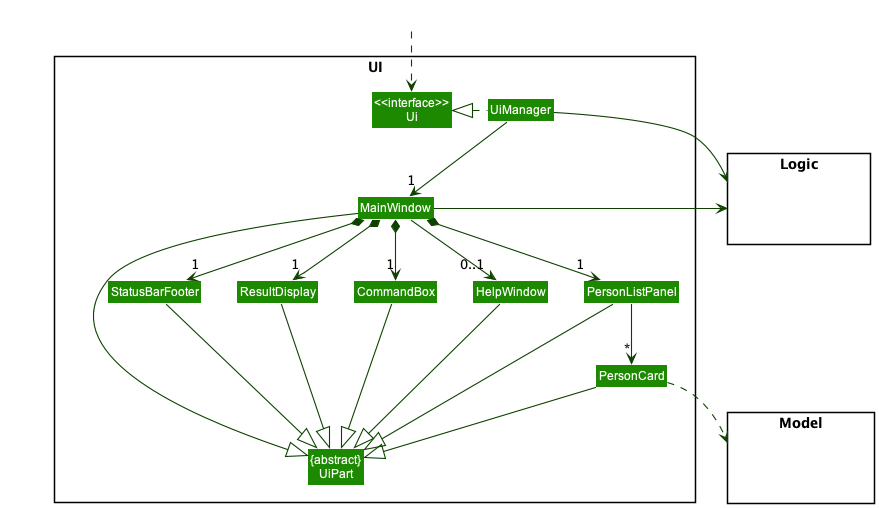
Earlier version of the PlantUML export docs/images/UiClassDiagram.png (nus-cs2103-AY2223S1/tp).
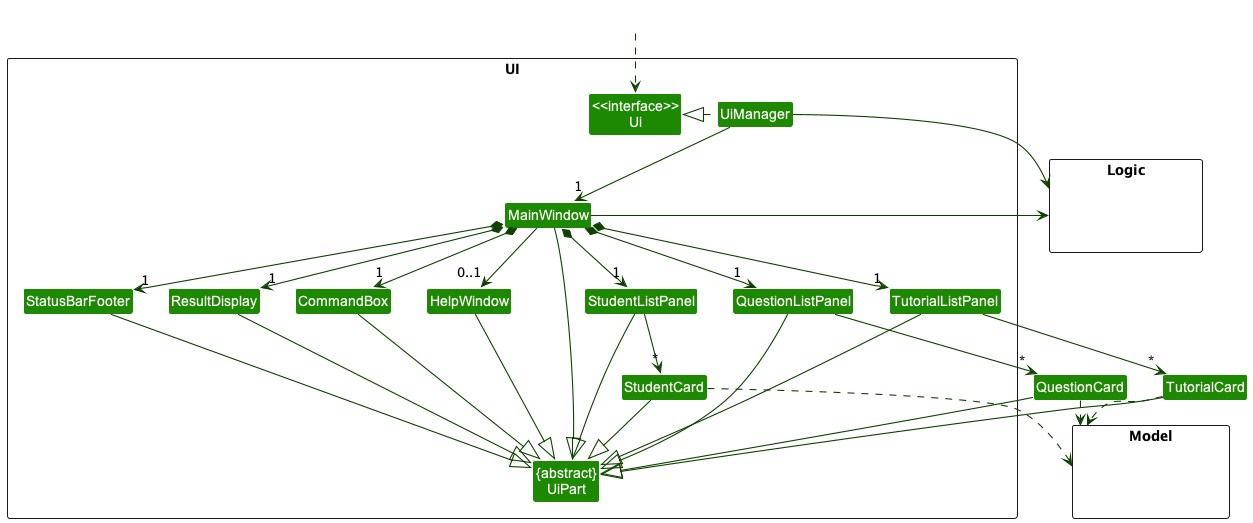
After the commit.

Change to the diagram source:
```diff
@@ -11,8 +11,10 @@
 Class MainWindow
 Class HelpWindow
 Class ResultDisplay
-Class PersonListPanel
-Class PersonCard
+Class StudentListPanel
+Class QuestionListPanel
+Class TutorialListPanel
+Class StudentCard
 Class StatusBarFooter
 Class CommandBox
 }
@@ -32,26 +34,38 @@
 UiManager -down-> "1" MainWindow
 MainWindow *-down->  "1" CommandBox
 MainWindow *-down-> "1" ResultDisplay
-MainWindow *-down-> "1" PersonListPanel
+MainWindow *-down-> "1" StudentListPanel
+MainWindow *-down-> "1" QuestionListPanel
+MainWindow *-down-> "1" TutorialListPanel
 MainWindow *-down-> "1" StatusBarFooter
 MainWindow --> "0..1" HelpWindow
 
-PersonListPanel -down-> "*" PersonCard
+StudentListPanel -down-> "*" StudentCard
+QuestionListPanel -down-> "*" QuestionCard
+TutorialListPanel -down-> "*" TutorialCard
 
 MainWindow -left-|> UiPart
 
 ResultDisplay --|> UiPart
 CommandBox --|> UiPart
-PersonListPanel --|> UiPart
-PersonCard --|> UiPart
+StudentListPanel --|> UiPart
+StudentCard --|> UiPart
+QuestionListPanel --|> UiPart
+QuestionCard --|> UiPart
+TutorialListPanel --|> UiPart
+TutorialCard --|> UiPart
 StatusBarFooter --|> UiPart
 HelpWindow --|> UiPart
 
-PersonCard ..> Model
+StudentCard ..> Model
+QuestionCard ..> Model
+TutorialCard ..> Model
 UiManager -right-> Logic
 MainWindow -left-> Logic
 
-PersonListPanel -[hidden]left- HelpWindow
+StudentListPanel -[hidden]left- HelpWindow
+QuestionListPanel -[hidden]left- HelpWindow
+TutorialListPanel -[hidden]left- HelpWindow
 HelpWindow -[hidden]left- CommandBox
 CommandBox -[hidden]left- ResultDisplay
 ResultDisplay -[hidden]left- StatusBarFooter
```
